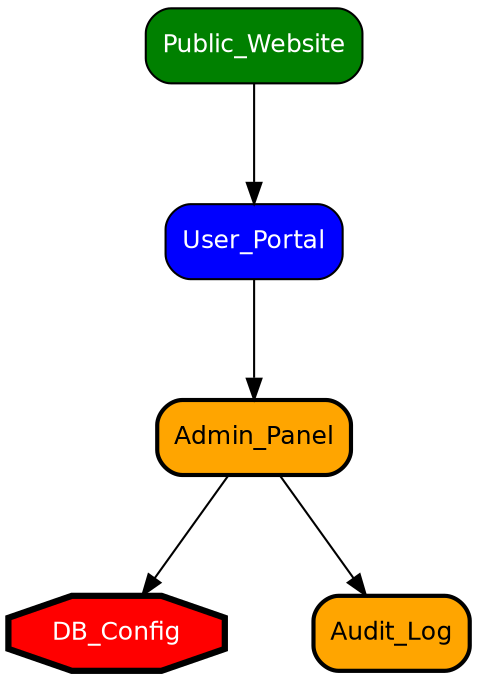
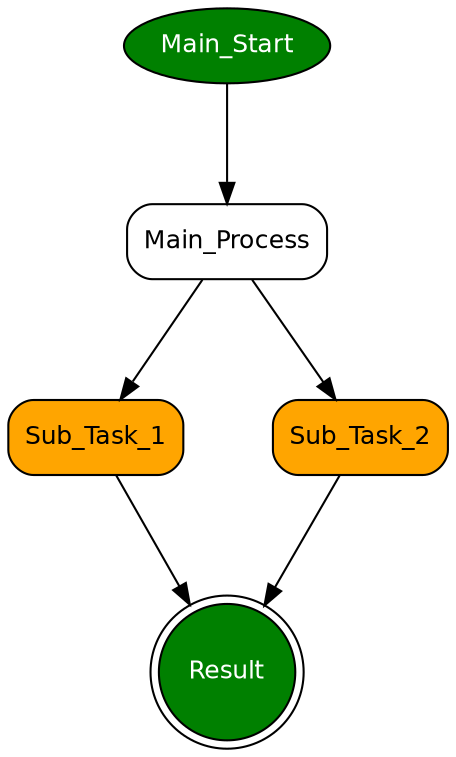
- digraph "systemaccess" {
+ digraph "mainflow" {
    graph [rankdir=TB, bgcolor=white, fontname="helvetica", fontsize=12, splines=spline, nodesep=0.60, ranksep=0.80, ordering=out, tooltip=" "]
    node [fontname="helvetica", fontsize=12]
    edge [fontname="helvetica", fontsize=12, color="#000000", style=solid, penwidth=1, arrowhead=normal, arrowtail=none]

-     public_web [label="Public_Website", shape=box, style="rounded,solid,filled", fillcolor="#008000", penwidth=1, fontcolor="white", tooltip=" "]
-     user_portal [label="User_Portal", shape=box, style="rounded,bold,filled", fillcolor="#0000FF", penwidth=1, fontcolor="white", tooltip=" "]
-     admin_panel [label="Admin_Panel", shape=box, style="rounded,bold,filled", fillcolor="#FFA500", penwidth=2, fontcolor="black", tooltip=" "]
-     db_config [label="DB_Config", shape=octagon, style="bold,filled", fillcolor="#FF0000", penwidth=3, fontcolor="white", tooltip=" "]
-     audit_log [label="Audit_Log", shape=box, style="rounded,bold,filled", fillcolor="#FFA500", penwidth=2, fontcolor="black", tooltip=" "]
+     start [label="Main_Start", shape=ellipse, style="solid,filled", fillcolor="#008000", penwidth=1, fontcolor="white", tooltip=" "]
+     main [label="Main_Process", shape=box, style="rounded,solid,filled", fillcolor="#FFFFFF", penwidth=1, fontcolor="black", tooltip=" "]
+     sub1 [label="Sub_Task_1", shape=box, style="rounded,solid,filled", fillcolor="#FFA500", penwidth=1, fontcolor="black", tooltip=" "]
+     sub2 [label="Sub_Task_2", shape=box, style="rounded,solid,filled", fillcolor="#FFA500", penwidth=1, fontcolor="black", tooltip=" "]
+     result [label="Result", shape=doublecircle, style="solid,filled", fillcolor="#008000", penwidth=1, fontcolor="white", tooltip=" "]

-     public_web -> user_portal
-     user_portal -> admin_panel
-     admin_panel -> db_config
-     admin_panel -> audit_log
+     start -> main
+     main -> sub1
+     main -> sub2
+     sub1 -> result
+     sub2 -> result

}